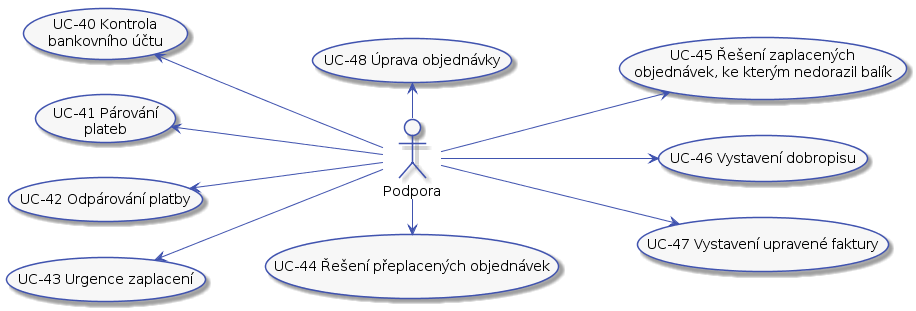
Earlier version of the PlantUML export docs/diagrams/out/ucs-support-finance.png (Internet-Handel/postman).
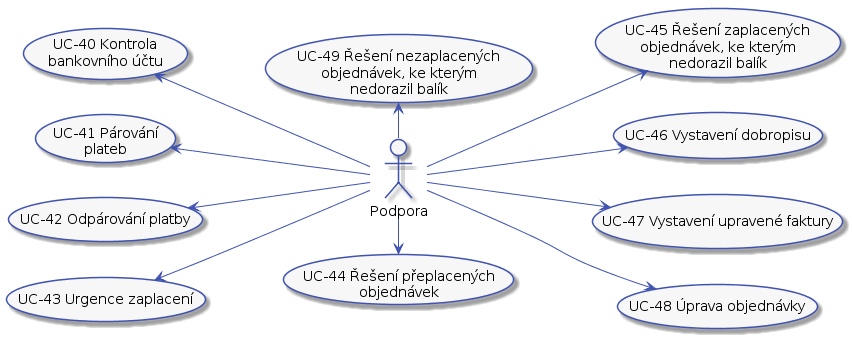
After the commit.

What changed in the source:
```diff
@@ -62,11 +62,12 @@
 (UC-41 Párování\nplateb) as (UC-41)
 (UC-42 Odpárování platby) as (UC-42)
 (UC-43 Urgence zaplacení) as (UC-43)
-(UC-44 Řešení přeplacených objednávek) as (UC-44)
-(UC-45 Řešení zaplacených\nobjednávek, ke kterým nedorazil balík) as (UC-45)
+(UC-44 Řešení přeplacených\nobjednávek) as (UC-44)
+(UC-45 Řešení zaplacených\nobjednávek, ke kterým\nnedorazil balík) as (UC-45)
 (UC-46 Vystavení dobropisu) as (UC-46)
 (UC-47 Vystavení upravené faktury) as (UC-47)
 (UC-48 Úprava objednávky) as (UC-48)
+(UC-49 Řešení nezaplacených\nobjednávek, ke kterým\nnedorazil balík) as (UC-49)
 
 support -up-> (UC-43)
 support -up-> (UC-42)
@@ -76,5 +77,6 @@
 support -down-> (UC-45)
 support -down-> (UC-46)
 support -down-> (UC-47)
-support -left-> (UC-48)
+support -down-> (UC-48)
+support -left-> (UC-49)
 @enduml
```
